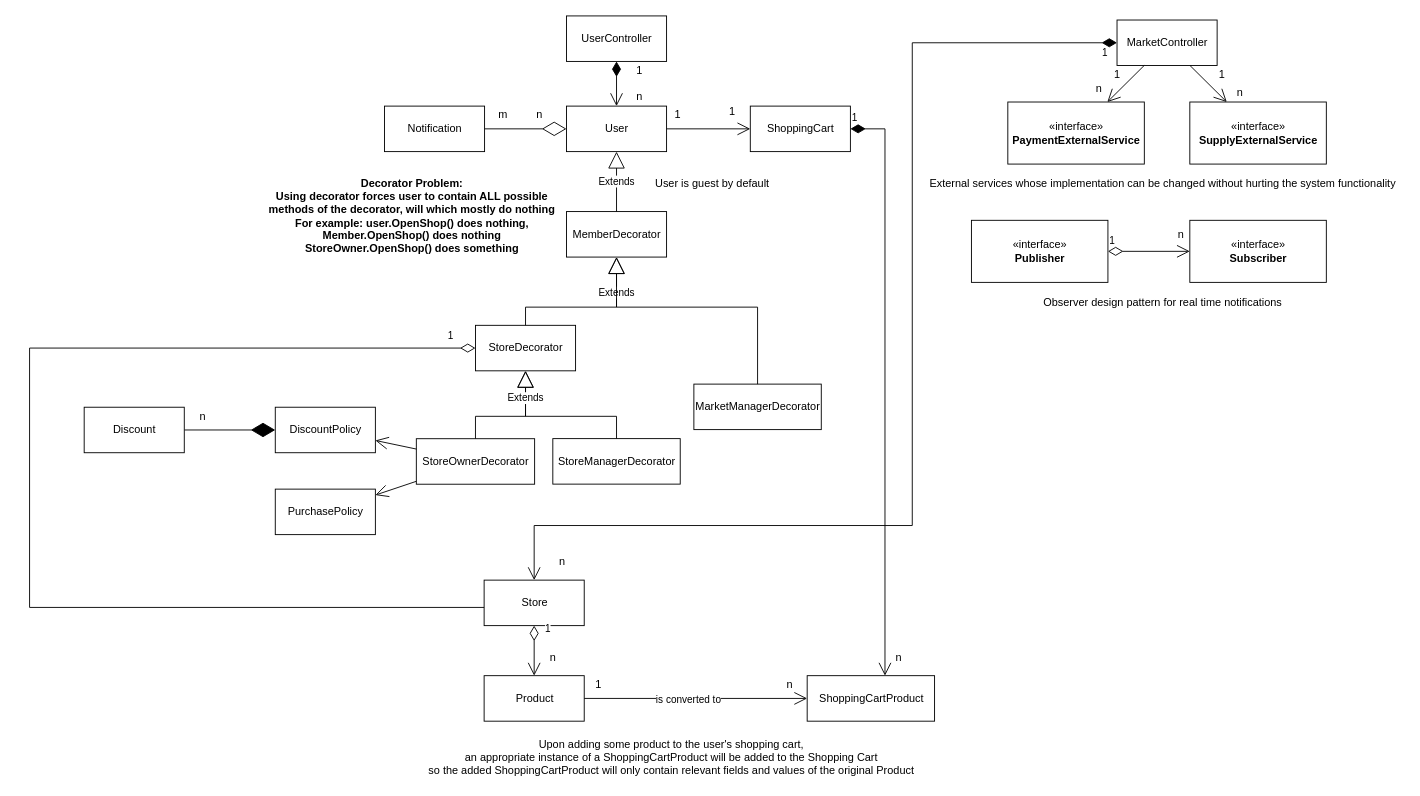
Before: page "White Diagram" (1 of 2) of Workshop.drawio in itaitzruia4/Workshop, a draw.io diagram. Source tidied: cells renumbered, new cells numbered last; positions are measured from the earlier drawing's top-left corner, leaving out a move shared by most shapes. Both pictures are drawn from the tidied source at 91%, with x=0, y=0 at pixel (29, 15).
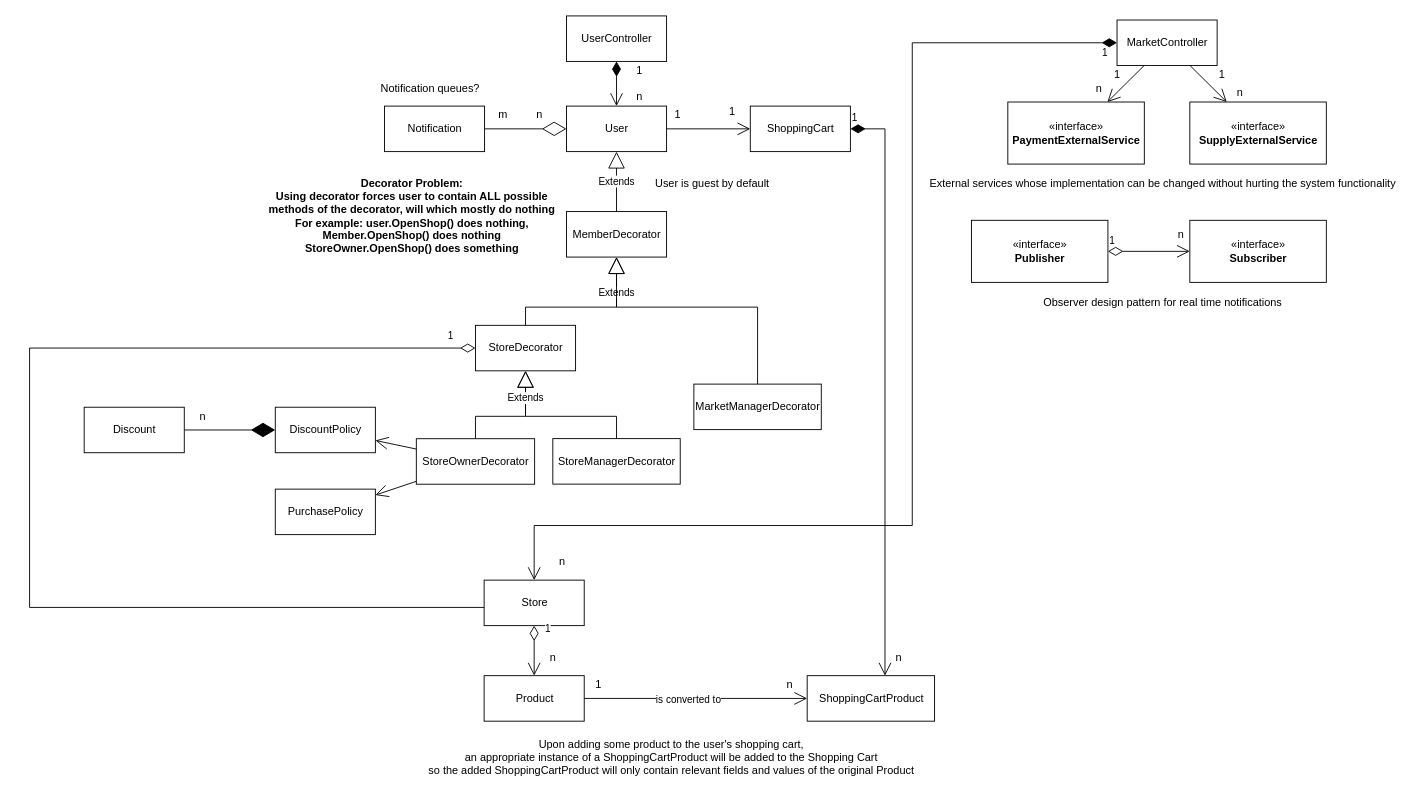
The same page after the edit.

Diff of the diagram source:
```diff
@@
+    <mxCell id="64" value="Notification queues?" style="text;html=1;align=center;verticalAlign=middle;strokeColor=none;fillColor=none;" parent="1" vertex="1">
+      <mxGeometry x="380" y="70" width="120" height="20" as="geometry" />
+    </mxCell>
```
